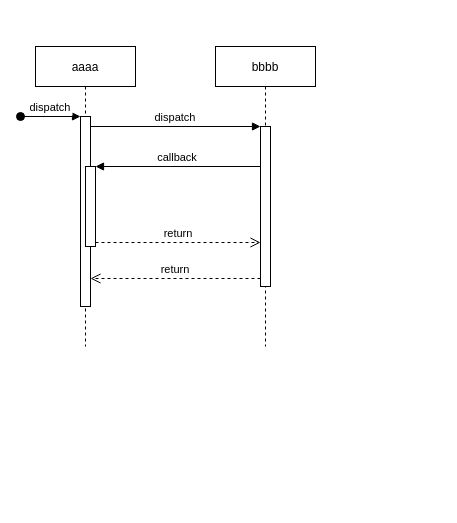
Above: Untitled Diagram.drawio in WengangChen/MCA (draw.io), before the change. Source tidied: cells renumbered, new cells numbered last; positions are measured from the earlier drawing's top-left corner, leaving out a move shared by most shapes. Both pictures are drawn from the tidied source at 100%, with x=0, y=0 at pixel (20, 46).
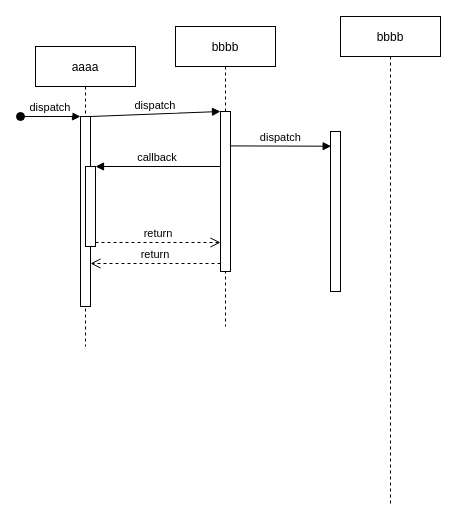
Above is the later version.

What changed in the source:
```diff
@@
 <mxGraphModel>
   <root>
     <mxCell id="0" />
     <mxCell id="1" parent="0" />
     <mxCell id="2" value="aaaa" style="shape=umlLifeline;perimeter=lifelinePerimeter;rounded=0;shadow=0;strokeWidth=1;" parent="1" vertex="1">
       <mxGeometry x="15" width="100" height="300" as="geometry" />
     </mxCell>
     <mxCell id="3" style="points=[];perimeter=orthogonalPerimeter;rounded=0;shadow=0;strokeWidth=1;" parent="2" vertex="1">
       <mxGeometry x="45" y="70" width="10" height="190" as="geometry" />
     </mxCell>
     <mxCell id="4" value="dispatch" style="verticalAlign=bottom;startArrow=oval;endArrow=block;startSize=8;shadow=0;strokeWidth=1;" parent="2" edge="1" target="3">
       <mxGeometry relative="1" as="geometry">
         <mxPoint x="-15" y="70" as="sourcePoint" />
       </mxGeometry>
     </mxCell>
     <mxCell id="5" style="points=[];perimeter=orthogonalPerimeter;rounded=0;shadow=0;strokeWidth=1;" parent="2" vertex="1">
       <mxGeometry x="50" y="120" width="10" height="80" as="geometry" />
     </mxCell>
     <mxCell id="6" value="bbbb" style="shape=umlLifeline;perimeter=lifelinePerimeter;rounded=0;shadow=0;strokeWidth=1;" parent="1" vertex="1">
-      <mxGeometry x="195" width="100" height="300" as="geometry" />
+      <mxGeometry x="155" y="-20" width="100" height="300" as="geometry" />
     </mxCell>
     <mxCell id="7" style="points=[];perimeter=orthogonalPerimeter;rounded=0;shadow=0;strokeWidth=1;" parent="6" vertex="1">
-      <mxGeometry x="45" y="80" width="10" height="160" as="geometry" />
+      <mxGeometry x="45" y="85" width="10" height="160" as="geometry" />
     </mxCell>
     <mxCell id="8" value="return" style="verticalAlign=bottom;endArrow=open;dashed=1;endSize=8;exitX=0;exitY=0.95;shadow=0;strokeWidth=1;" parent="1" edge="1" source="7" target="3">
       <mxGeometry relative="1" as="geometry" />
     </mxCell>
     <mxCell id="9" value="dispatch" style="verticalAlign=bottom;endArrow=block;entryX=0;entryY=0;shadow=0;strokeWidth=1;" parent="1" edge="1" source="3" target="7">
       <mxGeometry relative="1" as="geometry" />
     </mxCell>
     <mxCell id="10" value="callback" style="verticalAlign=bottom;endArrow=block;entryX=1;entryY=0;shadow=0;strokeWidth=1;" parent="1" edge="1" source="7" target="5">
       <mxGeometry relative="1" as="geometry" />
     </mxCell>
     <mxCell id="11" value="return" style="verticalAlign=bottom;endArrow=open;dashed=1;endSize=8;exitX=1;exitY=0.95;shadow=0;strokeWidth=1;" parent="1" edge="1" source="5" target="7">
       <mxGeometry relative="1" as="geometry" />
     </mxCell>
+    <mxCell id="12" value="bbbb" style="shape=umlLifeline;perimeter=lifelinePerimeter;rounded=0;shadow=0;strokeWidth=1;fillColor=default;" parent="1" vertex="1">
+      <mxGeometry x="320" y="-30" width="100" height="490" as="geometry" />
+    </mxCell>
+    <mxCell id="13" value="dispatch" style="verticalAlign=bottom;endArrow=block;entryX=0.067;entryY=0.092;shadow=0;strokeWidth=1;exitX=0.933;exitY=0.215;exitDx=0;exitDy=0;exitPerimeter=0;entryDx=0;entryDy=0;entryPerimeter=0;" parent="1" edge="1" source="7" target="14">
+      <mxGeometry relative="1" as="geometry" />
+    </mxCell>
+    <mxCell id="14" style="points=[];perimeter=orthogonalPerimeter;rounded=0;shadow=0;strokeWidth=1;" parent="1" vertex="1">
+      <mxGeometry x="310" y="85" width="10" height="160" as="geometry" />
+    </mxCell>
   </root>
 </mxGraphModel>
```
